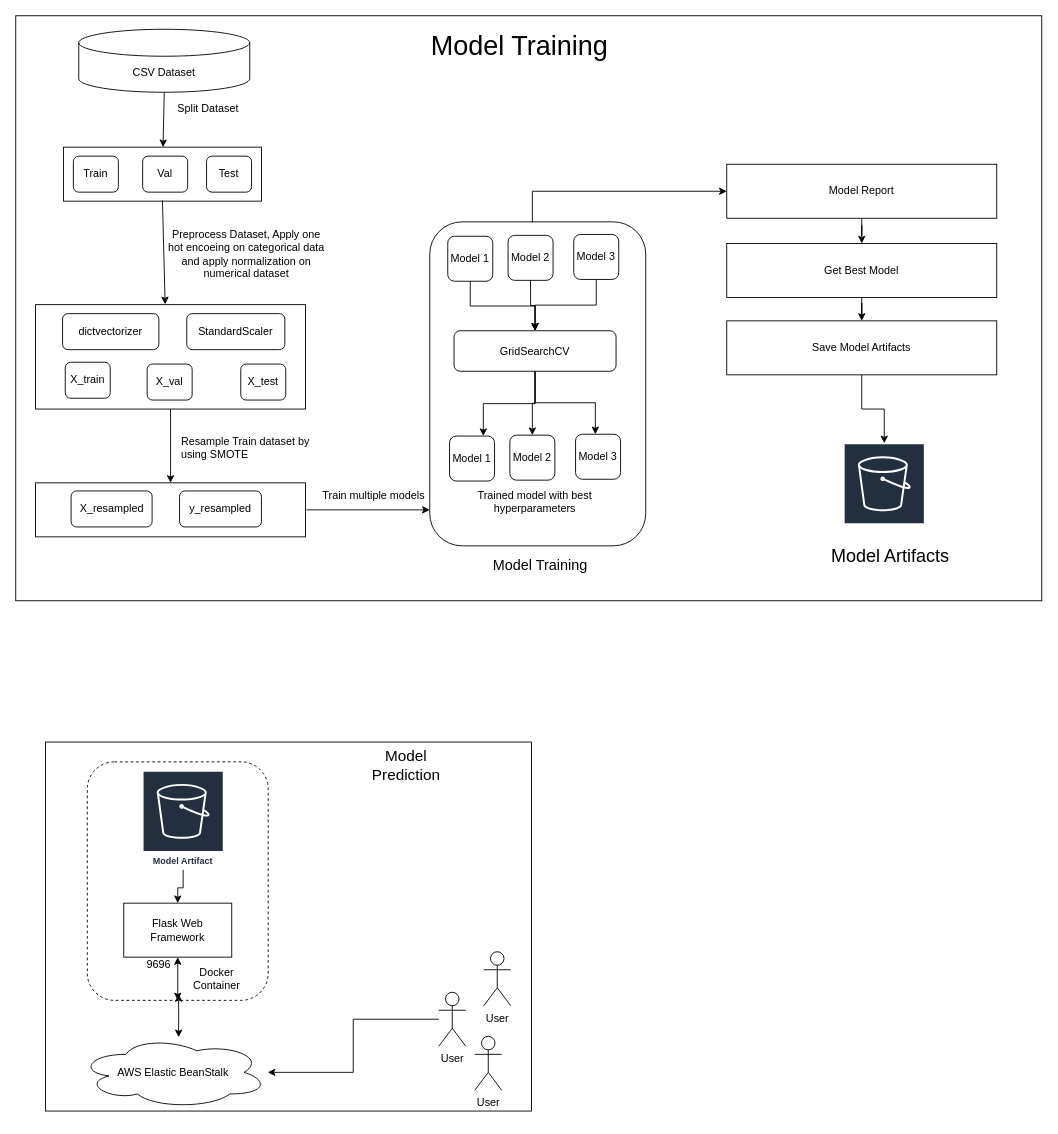
DineshChopra/ml-zoomcamp keeps this draw.io diagram as images/bank-term-prediction.drawio. Above is the earlier version. Source tidied: cells renumbered, new cells numbered last; positions are measured from the earlier drawing's top-left corner, leaving out a move shared by most shapes. Both pictures are drawn from the tidied source at 90%, with x=0, y=0 at pixel (15, 15).
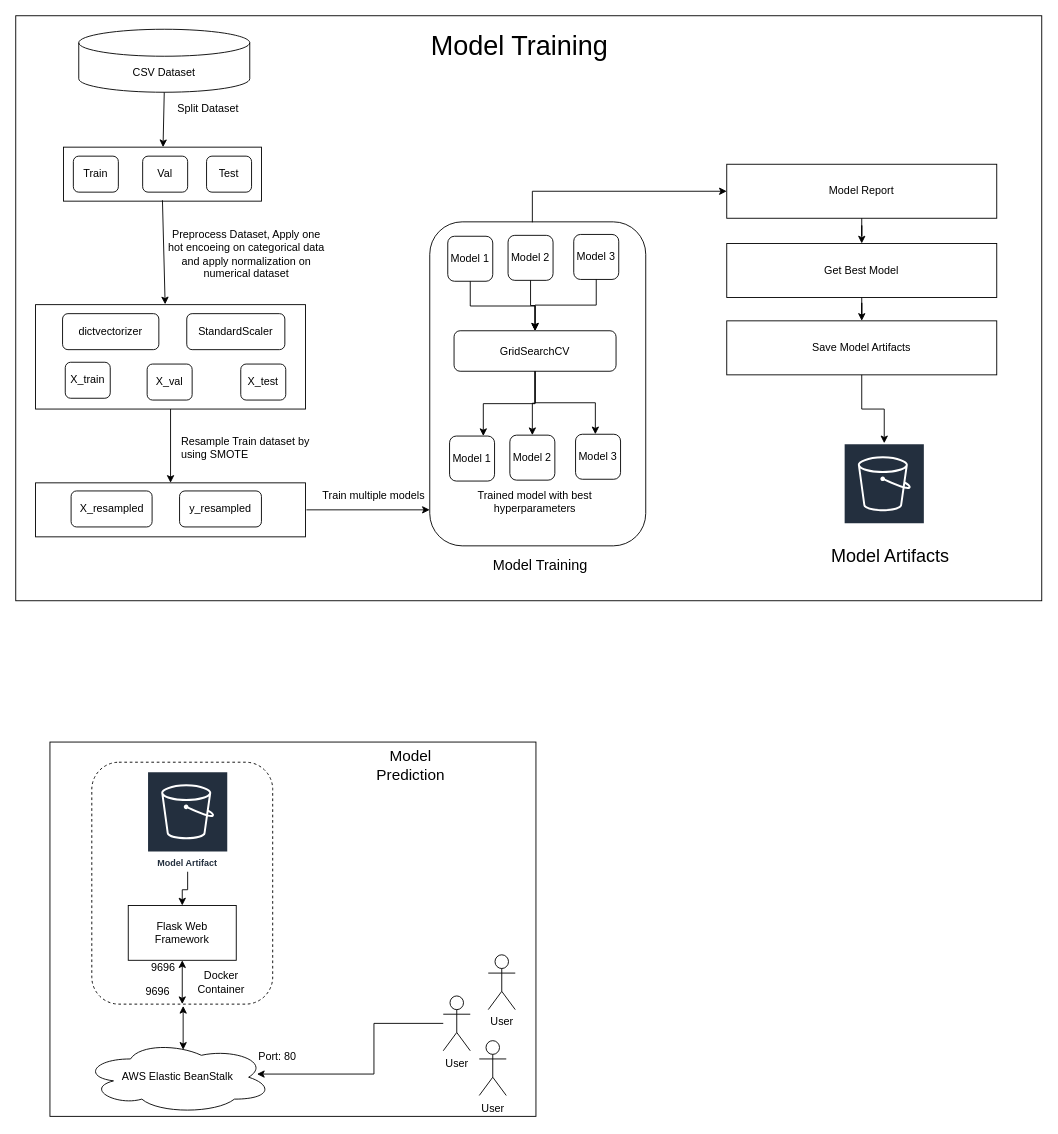
After the change.

What changed in the source:
```diff
@@
     <mxCell id="2" style="group;" parent="1" vertex="1">
-      <mxGeometry x="33" y="804" width="540" height="415" as="geometry" />
+      <mxGeometry x="38" y="804" width="540" height="421" as="geometry" />
     </mxCell>
     <mxCell id="3" style="group;" parent="2" vertex="1">
-      <mxGeometry width="540" height="415" as="geometry" />
+      <mxGeometry width="540" height="421" as="geometry" />
     </mxCell>
     <mxCell id="4" style="rounded=0;whiteSpace=wrap;html=1;" parent="3" vertex="1">
-      <mxGeometry y="3" width="540" height="410" as="geometry" />
+      <mxGeometry y="3" width="540" height="415.9" as="geometry" />
     </mxCell>
     <mxCell id="5" style="rounded=1;whiteSpace=wrap;html=1;dashed=1;" parent="3" vertex="1">
-      <mxGeometry x="46.5" y="25" width="201" height="265" as="geometry" />
+      <mxGeometry x="46.5" y="25.4" width="201" height="268.8" as="geometry" />
     </mxCell>
     <mxCell id="6" value="Model Artifact" style="sketch=0;outlineConnect=0;fontColor=#232F3E;gradientColor=none;strokeColor=#ffffff;fillColor=#232F3E;dashed=0;verticalLabelPosition=middle;verticalAlign=bottom;align=center;html=1;whiteSpace=wrap;fontSize=10;fontStyle=1;spacing=3;shape=mxgraph.aws4.productIcon;prIcon=mxgraph.aws4.s3;" parent="3" vertex="1">
-      <mxGeometry x="108" y="35" width="90" height="110" as="geometry" />
+      <mxGeometry x="108" y="35.5" width="90" height="111.6" as="geometry" />
     </mxCell>
     <mxCell id="7" value="Flask Web Framework" style="rounded=0;whiteSpace=wrap;html=1;" parent="3" vertex="1">
-      <mxGeometry x="87" y="182" width="120" height="60" as="geometry" />
+      <mxGeometry x="87" y="184.6" width="120" height="60.9" as="geometry" />
     </mxCell>
@@
     <mxCell id="9" value="&lt;font style=&quot;font-size: 17px;&quot;&gt;Model &lt;br&gt;Prediction&lt;/font&gt;" style="text;html=1;strokeColor=none;fillColor=none;align=center;verticalAlign=middle;whiteSpace=wrap;rounded=0;" parent="3" vertex="1">
-      <mxGeometry x="339" y="15" width="124" height="30" as="geometry" />
+      <mxGeometry x="339" y="15.2" width="124" height="30.4" as="geometry" />
     </mxCell>
@@
     <mxCell id="11" value="Docker &lt;br&gt;Container" style="text;html=1;strokeColor=none;fillColor=none;align=center;verticalAlign=middle;whiteSpace=wrap;rounded=0;" parent="3" vertex="1">
-      <mxGeometry x="154" y="251" width="73" height="30" as="geometry" />
+      <mxGeometry x="154" y="254.6" width="73" height="30.4" as="geometry" />
     </mxCell>
     <mxCell id="12" value="9696" style="text;html=1;strokeColor=none;fillColor=none;align=center;verticalAlign=middle;whiteSpace=wrap;rounded=0;" parent="3" vertex="1">
-      <mxGeometry x="96" y="235" width="60" height="30" as="geometry" />
+      <mxGeometry x="96" y="238.4" width="60" height="30.4" as="geometry" />
     </mxCell>
     <mxCell id="13" value="AWS Elastic BeanStalk" style="ellipse;shape=cloud;whiteSpace=wrap;html=1;" parent="3" vertex="1">
-      <mxGeometry x="37" y="330" width="210" height="80" as="geometry" />
+      <mxGeometry x="37" y="334.8" width="210" height="81.2" as="geometry" />
     </mxCell>
     <mxCell id="14" value="User" style="shape=umlActor;verticalLabelPosition=bottom;verticalAlign=top;html=1;" parent="3" vertex="1">
-      <mxGeometry x="477" y="330" width="30" height="60" as="geometry" />
+      <mxGeometry x="477" y="334.8" width="30" height="60.9" as="geometry" />
     </mxCell>
     <mxCell id="15" value="User" style="shape=umlActor;verticalLabelPosition=bottom;verticalAlign=top;html=1;outlineConnect=0;" parent="3" vertex="1">
-      <mxGeometry x="437" y="281" width="30" height="60" as="geometry" />
+      <mxGeometry x="437" y="285.1" width="30" height="60.9" as="geometry" />
     </mxCell>
     <mxCell id="16" value="User" style="shape=umlActor;verticalLabelPosition=bottom;verticalAlign=top;html=1;" parent="3" vertex="1">
-      <mxGeometry x="487" y="236" width="30" height="60" as="geometry" />
+      <mxGeometry x="487" y="239.4" width="30" height="60.9" as="geometry" />
     </mxCell>
-    <mxCell id="17" style="edgeStyle=orthogonalEdgeStyle;rounded=0;jettySize=auto;html=1;" parent="3" edge="1" source="15" target="13">
+    <mxCell id="17" style="edgeStyle=orthogonalEdgeStyle;rounded=0;jettySize=auto;html=1;entryX=0.117;entryY=1.122;entryDx=0;entryDy=0;entryPerimeter=0;" parent="3" edge="1" source="15" target="68">
       <mxGeometry relative="1" as="geometry" />
     </mxCell>
+    <mxCell id="68" value="Port: 80" style="text;html=1;strokeColor=none;fillColor=none;align=center;verticalAlign=middle;whiteSpace=wrap;rounded=0;" parent="3" vertex="1">
+      <mxGeometry x="223" y="337.8" width="60" height="30.4" as="geometry" />
+    </mxCell>
     <mxCell id="18" style="endArrow=classic;startArrow=classic;html=1;rounded=0;entryX=0.5;entryY=1;entryDx=0;entryDy=0;exitX=0.5;exitY=1;exitDx=0;exitDy=0;" parent="2" edge="1">
       <mxGeometry relative="1" as="geometry">
-        <mxPoint x="148" y="331" as="sourcePoint" />
-        <mxPoint x="148" y="283" as="targetPoint" />
+        <mxPoint x="148" y="344.9" as="sourcePoint" />
+        <mxPoint x="148" y="296.2" as="targetPoint" />
       </mxGeometry>
     </mxCell>
@@
+    <mxCell id="69" value="9696" style="text;html=1;strokeColor=none;fillColor=none;align=center;verticalAlign=middle;whiteSpace=wrap;rounded=0;" parent="1" vertex="1">
+      <mxGeometry x="128" y="1070" width="60" height="30" as="geometry" />
+    </mxCell>
```
